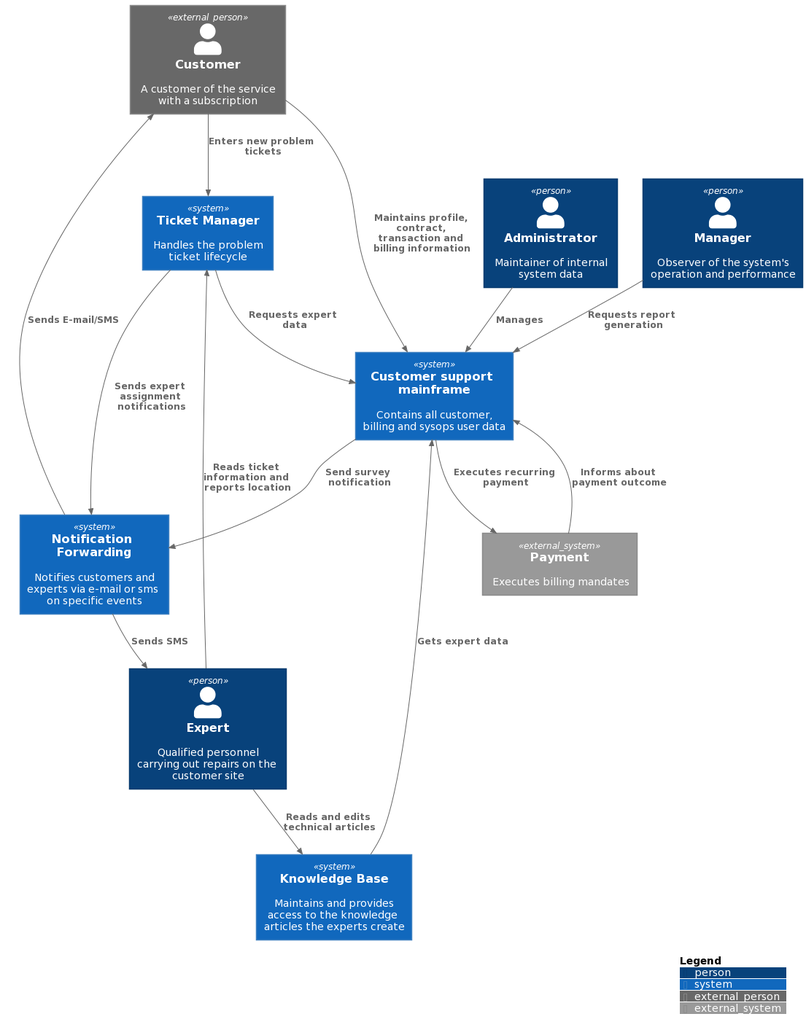
Before: Doc/Diagrams/1. Context/Context.png, a diagram exported from PlantUML (gantonopoulos/ganymed).
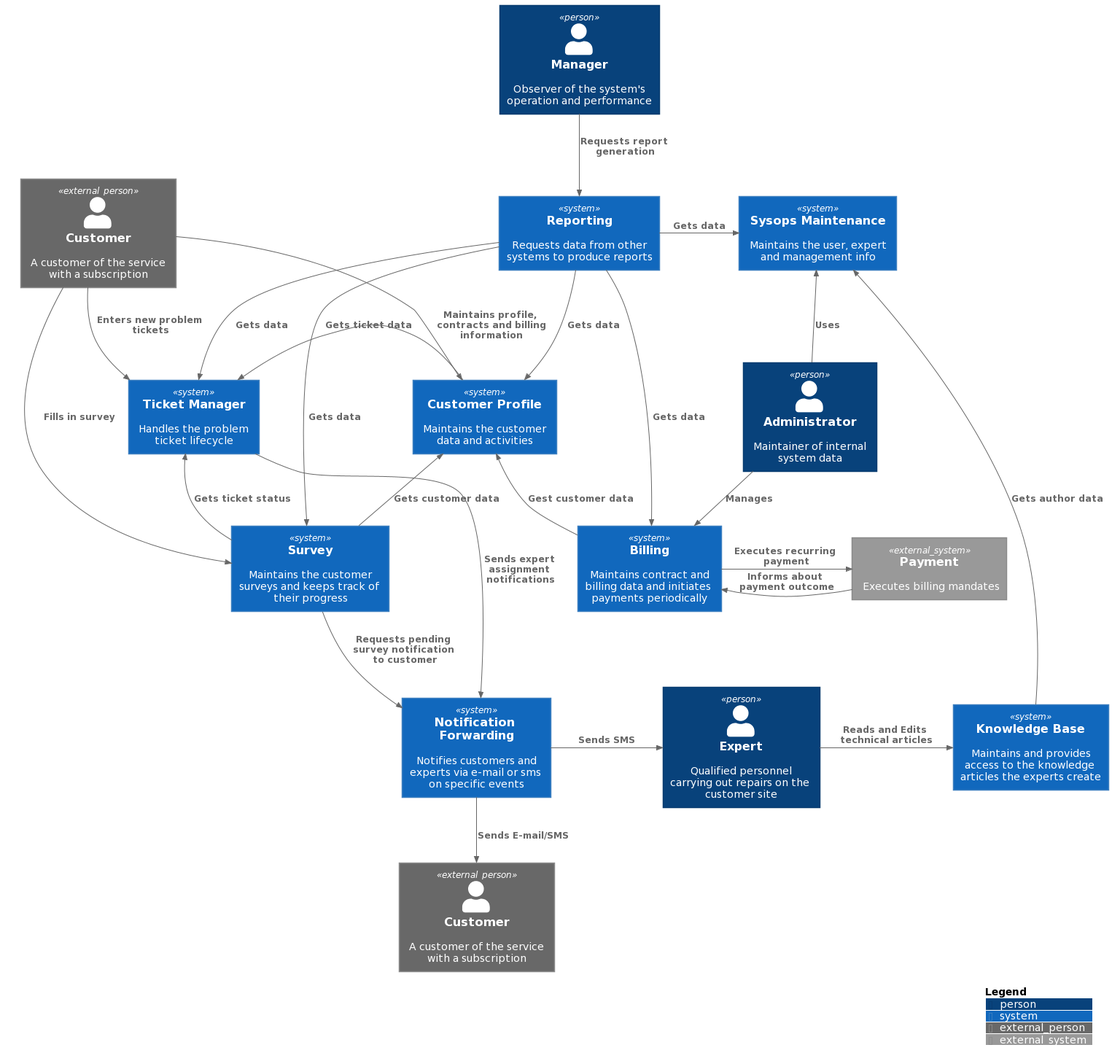
Later version of the same file.

Commit message:
- Revamps the context diagram. - Creates the reporting system container diagram

Diff of the diagram source:
```diff
@@ -3,38 +3,57 @@
 !includeurl https://raw.githubusercontent.com/plantuml-stdlib/C4-PlantUML/v2.2.0/C4_Container.puml
 !includeurl https://raw.githubusercontent.com/plantuml-stdlib/C4-PlantUML/v2.2.0/C4_Component.puml
 
+
 Person_Ext(customer, "Customer", "A customer of the service with a subscription")
+Person_Ext(customer_1, "Customer", "A customer of the service with a subscription")
 Person(sysopsExpert,"Expert", "Qualified personnel carrying out repairs on the customer site")
 Person(sysopsAdmin, "Administrator", "Maintainer of internal system data")
-Person(sysopsManager, "Manager", "Observer of the system's operation and performance")
+Person(manager, "Manager", "Observer of the system's operation and performance")
 
+System(notificationForwarding, "Notification Forwarding", "Notifies customers and experts via e-mail or sms on specific events")
+System(sysopsManager, "Sysops Maintenance", "Maintains the user, expert and management info")
+System(customerProfile,"Customer Profile", "Maintains the customer data and activities")
+System(billing, "Billing", "Maintains contract and billing data and initiates payments periodically")
+System(reporting, "Reporting","Requests data from other systems to produce reports")
+System(knowledgeBase,"Knowledge Base", "Maintains and provides access to the knowledge articles the experts create")
+System(survey, "Survey", "Maintains the customer surveys and keeps track of their progress")
+System_Ext(payment, "Payment", "Executes billing mandates")
 System(ticketManagement, "Ticket Manager", "Handles the problem ticket lifecycle")
-System(supportMainframe, "Customer support mainframe", "Contains all customer, billing and sysops user data")
-System(notificationForwarding, "Notification Forwarding", "Notifies customers and experts via e-mail or sms on specific events")
-System(knowledgeBase,"Knowledge Base", "Maintains and provides access to the knowledge articles the experts create")
-System_Ext(payment, "Payment", "Executes billing mandates")
 
-Rel(customer, ticketManagement, "Enters new problem tickets")
-Rel(customer, supportMainframe, "Maintains profile, contract, transaction and billing information")
+Rel_D(manager, reporting, "Requests report generation")
+Rel_D(reporting, ticketManagement, "Gets data")
+Rel_D(reporting, customerProfile, "Gets data")
+Rel_R(reporting, sysopsManager, "Gets data")
+Rel_R(reporting, billing, "Gets data")
+Rel_D(reporting, survey, "Gets data")
 
-Rel(sysopsAdmin, supportMainframe, "Manages")
+Rel_R(billing, payment, "Executes recurring payment")
+Rel_L(payment, billing, "Informs about payment outcome")
+Rel_U(survey, customerProfile, "Gets customer data")
+Rel_U(survey, ticketManagement, "Gets ticket status")
+Rel_D(survey, notificationForwarding, "Requests pending survey notification to customer")
+Rel_D(notificationForwarding, customer_1, "Sends E-mail/SMS")
 
-Rel(sysopsManager, supportMainframe, "Requests report generation")
+Rel_D(ticketManagement, notificationForwarding, "Sends expert assignment notifications")
+Rel_R(notificationForwarding, sysopsExpert, "Sends SMS")
 
-Rel(sysopsExpert, knowledgeBase, "Reads and edits technical articles")
-Rel(sysopsExpert, ticketManagement, "Reads ticket information and reports location")
+Rel_R(sysopsExpert, knowledgeBase, "Reads and Edits technical articles")
+Rel_U(knowledgeBase, sysopsManager, "Gets author data")
 
-Rel(notificationForwarding, customer, "Sends E-mail/SMS")
-Rel(notificationForwarding, sysopsExpert, "Sends SMS")
 
-Rel(ticketManagement, notificationForwarding, "Sends expert assignment notifications")
-Rel(ticketManagement, supportMainframe, "Requests expert data")
-Rel(supportMainframe, notificationForwarding, "Send survey notification")
-Rel(supportMainframe, payment, "Executes recurring payment")
+Rel_D(customer, ticketManagement, "Enters new problem tickets")
+Rel_D(customer, customerProfile, "Maintains profile, contracts and billing information")
+Rel_D(customer, survey, "Fills in survey")
+Rel_U(billing, customerProfile, "Gest customer data")
 
-Rel(payment, supportMainframe, "Informs about payment outcome")
 
-Rel(knowledgeBase, supportMainframe, "Gets expert data")
+Rel_L(customerProfile, ticketManagement, "Gets ticket data")
+Rel_U(sysopsAdmin, sysopsManager, "Uses")
+Rel_D(sysopsAdmin, billing, "Manages")
+
+
+
+
 
 
 SHOW_LEGEND(false)
```
